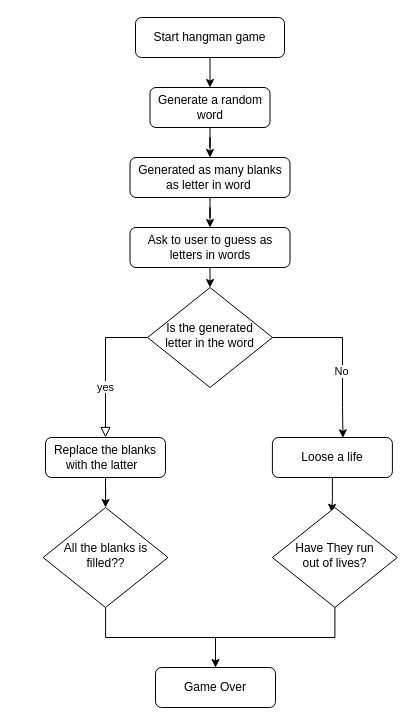
Before: hang_man.drawio in ich-devopps/diagrams, a draw.io diagram. Source tidied: cells renumbered, new cells numbered last; positions are measured from the earlier drawing's top-left corner, leaving out a move shared by most shapes. Both pictures are drawn from the tidied source at 100%, with x=0, y=0 at pixel (43, 17).
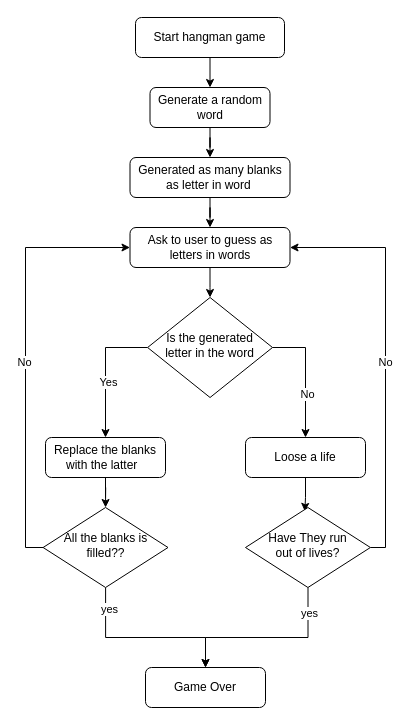
Above is the later version.

The change refers to these unchanged cells:
```xml
<mxCell id="11" value="Replace the blanks with the latter&amp;nbsp;&amp;nbsp;" style="rounded=1;whiteSpace=wrap;html=1;fontSize=12;glass=0;strokeWidth=1;shadow=0;" parent="1" vertex="1">
  <mxGeometry x="2" y="420" width="120" height="40" as="geometry" />
</mxCell>
<mxCell id="15" value="Ask to user to guess as letters in words" style="rounded=1;whiteSpace=wrap;html=1;fontSize=12;glass=0;strokeWidth=1;shadow=0;" parent="1" vertex="1">
  <mxGeometry x="86.5" y="210" width="160" height="40" as="geometry" />
</mxCell>
```

Diff of the diagram source:
```diff
@@
+    <mxCell id="7" style="edgeStyle=orthogonalEdgeStyle;rounded=0;jettySize=auto;html=1;exitX=1;exitY=0.5;exitDx=0;exitDy=0;" parent="1" edge="1" source="9" target="17">
+      <mxGeometry relative="1" as="geometry" />
+    </mxCell>
+    <mxCell id="23" value="No" style="edgeLabel;html=1;align=center;verticalAlign=middle;" parent="7" vertex="1">
+      <mxGeometry x="0.28" y="1" relative="1" as="geometry" />
+    </mxCell>
-    <mxCell id="6" value="&lt;span style=&quot;background-color: rgb(255 , 255 , 255)&quot;&gt;yes&lt;/span&gt;" style="rounded=0;html=1;jettySize=auto;fontSize=11;endArrow=block;endFill=0;endSize=8;strokeWidth=1;shadow=0;labelBackgroundColor=none;edgeStyle=orthogonalEdgeStyle;" parent="1" edge="1" source="9" target="11">
-      <mxGeometry x="0.3" relative="1" as="geometry">
+    <mxCell id="6" style="edgeStyle=orthogonalEdgeStyle;rounded=0;jettySize=auto;html=1;entryX=0.5;entryY=0;entryDx=0;entryDy=0;" parent="1" edge="1" source="9" target="11">
+      <mxGeometry relative="1" as="geometry">
         <Array as="points">
-          <mxPoint x="62" y="320" />
+          <mxPoint x="62" y="330" />
         </Array>
       </mxGeometry>
     </mxCell>
-    <mxCell id="7" style="edgeStyle=orthogonalEdgeStyle;rounded=0;jettySize=auto;html=1;exitX=1;exitY=0.5;exitDx=0;exitDy=0;entryX=0.588;entryY=0.008;entryDx=0;entryDy=0;entryPerimeter=0;" parent="1" edge="1" source="9" target="17">
-      <mxGeometry relative="1" as="geometry">
-        <Array as="points">
-          <mxPoint x="299" y="320" />
-          <mxPoint x="299" y="390" />
-          <mxPoint x="300" y="390" />
-        </Array>
-      </mxGeometry>
-    </mxCell>
-    <mxCell id="8" value="No" style="edgeLabel;html=1;align=center;verticalAlign=middle;" parent="7" vertex="1">
-      <mxGeometry x="0.61" y="1" relative="1" as="geometry">
-        <mxPoint x="-2.6" y="-33.4" as="offset" />
-      </mxGeometry>
-    </mxCell>
+    <mxCell id="24" value="Yes" style="edgeLabel;html=1;align=center;verticalAlign=middle;" parent="6" vertex="1">
+      <mxGeometry x="0.17" y="2" relative="1" as="geometry" />
+    </mxCell>
     <mxCell id="9" value="Is the generated letter in the word" style="rhombus;whiteSpace=wrap;html=1;shadow=0;fontFamily=Helvetica;fontSize=12;align=center;strokeWidth=1;spacing=6;spacingTop=-4;" parent="1" vertex="1">
-      <mxGeometry x="104.1" y="270" width="124.9" height="100" as="geometry" />
+      <mxGeometry x="104.1" y="280" width="124.9" height="100" as="geometry" />
     </mxCell>
@@
-    <mxCell id="14" style="edgeStyle=orthogonalEdgeStyle;rounded=0;jettySize=auto;html=1;" parent="1" edge="1" source="15" target="9">
+    <mxCell id="14" style="edgeStyle=orthogonalEdgeStyle;rounded=0;jettySize=auto;html=1;entryX=0.5;entryY=0;entryDx=0;entryDy=0;" parent="1" edge="1" source="15" target="9">
       <mxGeometry relative="1" as="geometry" />
     </mxCell>
@@
     <mxCell id="16" style="edgeStyle=orthogonalEdgeStyle;rounded=0;jettySize=auto;html=1;entryX=0.475;entryY=0.048;entryDx=0;entryDy=0;entryPerimeter=0;" parent="1" edge="1" source="17" target="19">
-      <mxGeometry relative="1" as="geometry" />
+      <mxGeometry relative="1" as="geometry">
+        <Array as="points">
+          <mxPoint x="262" y="480" />
+          <mxPoint x="261" y="480" />
+        </Array>
+      </mxGeometry>
     </mxCell>
     <mxCell id="17" value="Loose a life" style="rounded=1;whiteSpace=wrap;html=1;fontSize=12;glass=0;strokeWidth=1;shadow=0;" parent="1" vertex="1">
-      <mxGeometry x="228.9" y="420" width="120" height="40" as="geometry" />
+      <mxGeometry x="202" y="420" width="120" height="40" as="geometry" />
     </mxCell>
     <mxCell id="18" style="edgeStyle=orthogonalEdgeStyle;rounded=0;jettySize=auto;html=1;" parent="1" edge="1" source="19" target="22">
       <mxGeometry relative="1" as="geometry">
         <Array as="points">
-          <mxPoint x="291" y="620" />
-          <mxPoint x="172" y="620" />
+          <mxPoint x="265" y="620" />
+          <mxPoint x="162" y="620" />
         </Array>
       </mxGeometry>
     </mxCell>
+    <mxCell id="25" value="yes" style="edgeLabel;html=1;align=center;verticalAlign=middle;" parent="18" vertex="1">
+      <mxGeometry x="-0.71" relative="1" as="geometry">
+        <mxPoint x="1" as="offset" />
+      </mxGeometry>
+    </mxCell>
+    <mxCell id="26" style="edgeStyle=orthogonalEdgeStyle;rounded=0;jettySize=auto;html=1;entryX=1;entryY=0.5;entryDx=0;entryDy=0;" parent="1" edge="1" source="19" target="15">
+      <mxGeometry relative="1" as="geometry">
+        <Array as="points">
+          <mxPoint x="342" y="530" />
+          <mxPoint x="342" y="230" />
+        </Array>
+      </mxGeometry>
+    </mxCell>
+    <mxCell id="27" value="No" style="edgeLabel;html=1;align=center;verticalAlign=middle;" parent="26" vertex="1">
+      <mxGeometry x="-0.02" y="1" relative="1" as="geometry" />
+    </mxCell>
     <mxCell id="19" value="Have They run&lt;br&gt;out of lives?" style="rhombus;whiteSpace=wrap;html=1;shadow=0;fontFamily=Helvetica;fontSize=12;align=center;strokeWidth=1;spacing=6;spacingTop=-4;" parent="1" vertex="1">
-      <mxGeometry x="228.9" y="490" width="124.9" height="100" as="geometry" />
+      <mxGeometry x="202" y="490" width="124.9" height="80" as="geometry" />
     </mxCell>
     <mxCell id="20" style="edgeStyle=orthogonalEdgeStyle;rounded=0;jettySize=auto;html=1;entryX=0.5;entryY=0;entryDx=0;entryDy=0;" parent="1" edge="1" source="21" target="22">
       <mxGeometry relative="1" as="geometry">
         <Array as="points">
           <mxPoint x="62" y="620" />
-          <mxPoint x="172" y="620" />
-          <mxPoint x="172" y="660" />
+          <mxPoint x="162" y="620" />
         </Array>
       </mxGeometry>
     </mxCell>
+    <mxCell id="28" value="yes" style="edgeLabel;html=1;align=center;verticalAlign=middle;" parent="20" vertex="1">
+      <mxGeometry x="-0.76" y="3" relative="1" as="geometry" />
+    </mxCell>
+    <mxCell id="29" style="edgeStyle=orthogonalEdgeStyle;rounded=0;jettySize=auto;html=1;entryX=0;entryY=0.5;entryDx=0;entryDy=0;" parent="1" edge="1" source="21" target="15">
+      <mxGeometry relative="1" as="geometry">
+        <Array as="points">
+          <mxPoint x="-18" y="530" />
+          <mxPoint x="-18" y="230" />
+        </Array>
+      </mxGeometry>
+    </mxCell>
+    <mxCell id="30" value="No" style="edgeLabel;html=1;align=center;verticalAlign=middle;" parent="29" vertex="1">
+      <mxGeometry x="-0.04" y="2" relative="1" as="geometry" />
+    </mxCell>
-    <mxCell id="21" value="All the blanks is filled??" style="rhombus;whiteSpace=wrap;html=1;shadow=0;fontFamily=Helvetica;fontSize=12;align=center;strokeWidth=1;spacing=6;spacingTop=-4;" parent="1" vertex="1">
-      <mxGeometry x="-0.4" y="490" width="124.9" height="100" as="geometry" />
+    <mxCell id="21" value="All the blanks is filled??" style="rhombus;whiteSpace=wrap;html=1;shadow=0;fontFamily=Helvetica;fontSize=12;align=center;strokeWidth=1;spacing=6;spacingTop=-4;verticalAlign=middle;" parent="1" vertex="1">
+      <mxGeometry x="-0.4" y="490" width="124.9" height="80" as="geometry" />
     </mxCell>
     <mxCell id="22" value="Game Over" style="rounded=1;whiteSpace=wrap;html=1;fontSize=12;glass=0;strokeWidth=1;shadow=0;" parent="1" vertex="1">
-      <mxGeometry x="112" y="650" width="120" height="40" as="geometry" />
+      <mxGeometry x="102" y="650" width="120" height="40" as="geometry" />
     </mxCell>
```
